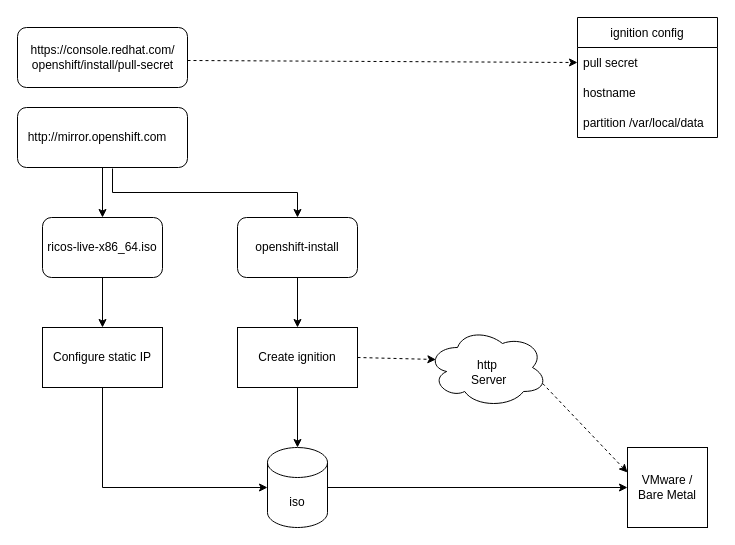
The draw.io diagram single-node.drawio in cae-ibm/openshift-single-node, before the edit. Source tidied: cells renumbered, new cells numbered last; positions are measured from the earlier drawing's top-left corner, leaving out a move shared by most shapes. Both pictures are drawn from the tidied source at 100%, with x=0, y=0 at pixel (17, 17).
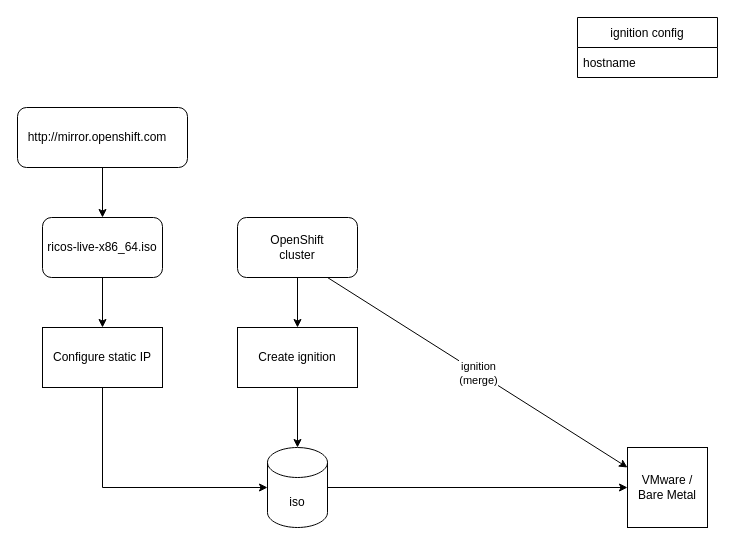
After the change.

The change refers to these unchanged cells:
```xml
<mxCell id="5" style="rounded=1;whiteSpace=wrap;html=1;" parent="1" vertex="1">
  <mxGeometry y="90" width="170" height="60" as="geometry" />
</mxCell>
<mxCell id="15" style="rounded=0;whiteSpace=wrap;html=1;" parent="1" vertex="1">
  <mxGeometry x="220" y="310" width="120" height="60" as="geometry" />
</mxCell>
<mxCell id="25" style="whiteSpace=wrap;html=1;" parent="1" vertex="1">
  <mxGeometry x="610" y="430" width="80" height="80" as="geometry" />
</mxCell>
<mxCell id="26" value="VMware /&lt;br&gt;Bare Metal" style="text;html=1;strokeColor=none;fillColor=none;align=center;verticalAlign=middle;whiteSpace=wrap;rounded=0;" parent="1" vertex="1">
  <mxGeometry x="610" y="455" width="80" height="30" as="geometry" />
</mxCell>
```

What changed in the source:
```diff
@@
-    <mxCell id="2" style="rounded=1;whiteSpace=wrap;html=1;" parent="1" vertex="1">
-      <mxGeometry y="10" width="170" height="60" as="geometry" />
-    </mxCell>
-    <mxCell id="3" value="https://console.redhat.com/&lt;br&gt;openshift/install/pull-secret" style="text;html=1;align=center;verticalAlign=middle;points=[];fillColor=none;strokeColor=none;rounded=0;" parent="1" vertex="1">
-      <mxGeometry y="20" width="170" height="40" as="geometry" />
-    </mxCell>
@@
-    <mxCell id="9" style="rounded=1;whiteSpace=wrap;html=1;" parent="1" vertex="1">
-      <mxGeometry x="220" y="200" width="120" height="60" as="geometry" />
-    </mxCell>
-    <mxCell id="10" value="openshift-install" style="text;html=1;strokeColor=none;fillColor=none;align=center;verticalAlign=middle;whiteSpace=wrap;rounded=0;" parent="1" vertex="1">
-      <mxGeometry x="235" y="215" width="90" height="30" as="geometry" />
-    </mxCell>
-    <mxCell id="11" style="edgeStyle=orthogonalEdgeStyle;rounded=0;jettySize=auto;html=1;entryX=0.5;entryY=0;entryDx=0;entryDy=0;exitX=0.559;exitY=1.017;exitDx=0;exitDy=0;exitPerimeter=0;" parent="1" edge="1" source="5" target="9">
-      <mxGeometry relative="1" as="geometry" />
-    </mxCell>
@@
-    <mxCell id="17" style="endArrow=classic;html=1;rounded=0;exitX=0.5;exitY=1;exitDx=0;exitDy=0;entryX=0.5;entryY=0;entryDx=0;entryDy=0;" parent="1" edge="1" source="9" target="15">
-      <mxGeometry relative="1" as="geometry" />
+    <mxCell id="17" style="endArrow=classic;html=1;rounded=0;exitX=0.5;exitY=1;exitDx=0;exitDy=0;entryX=0.5;entryY=0;entryDx=0;entryDy=0;" parent="1" edge="1" target="15">
+      <mxGeometry relative="1" as="geometry">
+        <mxPoint x="280" y="260" as="sourcePoint" />
+      </mxGeometry>
     </mxCell>
-    <mxCell id="18" style="ellipse;shape=cloud;whiteSpace=wrap;html=1;" parent="1" vertex="1">
-      <mxGeometry x="410" y="310" width="120" height="80" as="geometry" />
-    </mxCell>
-    <mxCell id="19" value="http &amp;nbsp;Server" style="text;html=1;strokeColor=none;fillColor=none;align=center;verticalAlign=middle;whiteSpace=wrap;rounded=0;" parent="1" vertex="1">
-      <mxGeometry x="440" y="340" width="60" height="30" as="geometry" />
-    </mxCell>
-    <mxCell id="20" style="endArrow=classic;html=1;rounded=0;exitX=1;exitY=0.5;exitDx=0;exitDy=0;entryX=0.07;entryY=0.4;entryDx=0;entryDy=0;entryPerimeter=0;dashed=1;" parent="1" edge="1" source="15" target="18">
-      <mxGeometry relative="1" as="geometry" />
-    </mxCell>
@@
-    <mxCell id="28" style="endArrow=classic;html=1;rounded=0;exitX=0.96;exitY=0.7;exitDx=0;exitDy=0;exitPerimeter=0;entryX=0;entryY=0;entryDx=0;entryDy=0;dashed=1;" parent="1" edge="1" source="18" target="26">
-      <mxGeometry relative="1" as="geometry" />
-    </mxCell>
     <mxCell id="29" value="ignition config" style="swimlane;fontStyle=0;horizontal=1;startSize=30;" parent="1" vertex="1">
-      <mxGeometry x="560" width="140" height="120" as="geometry" />
+      <mxGeometry x="560" width="140" height="60" as="geometry" />
     </mxCell>
-    <mxCell id="30" value="pull secret" style="text;strokeColor=none;fillColor=none;align=left;verticalAlign=middle;spacingLeft=4;spacingRight=4;overflow=hidden;points=[[0,0.5],[1,0.5]];portConstraint=eastwest;" parent="29" vertex="1">
-      <mxGeometry y="30" width="140" height="30" as="geometry" />
-    </mxCell>
     <mxCell id="31" value="hostname" style="text;strokeColor=none;fillColor=none;align=left;verticalAlign=middle;spacingLeft=4;spacingRight=4;overflow=hidden;" parent="29" vertex="1">
-      <mxGeometry y="60" width="140" height="30" as="geometry" />
+      <mxGeometry y="30" width="140" height="30" as="geometry" />
     </mxCell>
-    <mxCell id="32" value="partition /var/local/data" style="text;strokeColor=none;fillColor=none;align=left;verticalAlign=middle;spacingLeft=4;spacingRight=4;overflow=hidden;" parent="29" vertex="1">
-      <mxGeometry y="90" width="140" height="30" as="geometry" />
-    </mxCell>
-    <mxCell id="33" style="endArrow=classic;html=1;rounded=0;dashed=1;exitX=1;exitY=0.575;exitDx=0;exitDy=0;exitPerimeter=0;entryX=0;entryY=0.5;entryDx=0;entryDy=0;" parent="1" edge="1" source="3" target="30">
-      <mxGeometry relative="1" as="geometry" />
-    </mxCell>
+    <mxCell id="9" style="rounded=1;whiteSpace=wrap;html=1;" parent="1" vertex="1">
+      <mxGeometry x="220" y="200" width="120" height="60" as="geometry" />
+    </mxCell>
+    <mxCell id="34" value="OpenShift cluster" style="text;html=1;strokeColor=none;fillColor=none;align=center;verticalAlign=middle;whiteSpace=wrap;rounded=0;" parent="1" vertex="1">
+      <mxGeometry x="250" y="215" width="60" height="30" as="geometry" />
+    </mxCell>
+    <mxCell id="35" style="endArrow=classic;html=1;rounded=0;entryX=0;entryY=0.25;entryDx=0;entryDy=0;exitX=0.75;exitY=1;exitDx=0;exitDy=0;" parent="1" edge="1" source="9" target="25">
+      <mxGeometry relative="1" as="geometry" />
+    </mxCell>
+    <mxCell id="36" value="ignition&lt;br&gt;(merge)" style="edgeLabel;html=1;align=center;verticalAlign=middle;rotation=0;" parent="35" vertex="1">
+      <mxGeometry relative="1" as="geometry" />
+    </mxCell>
```
